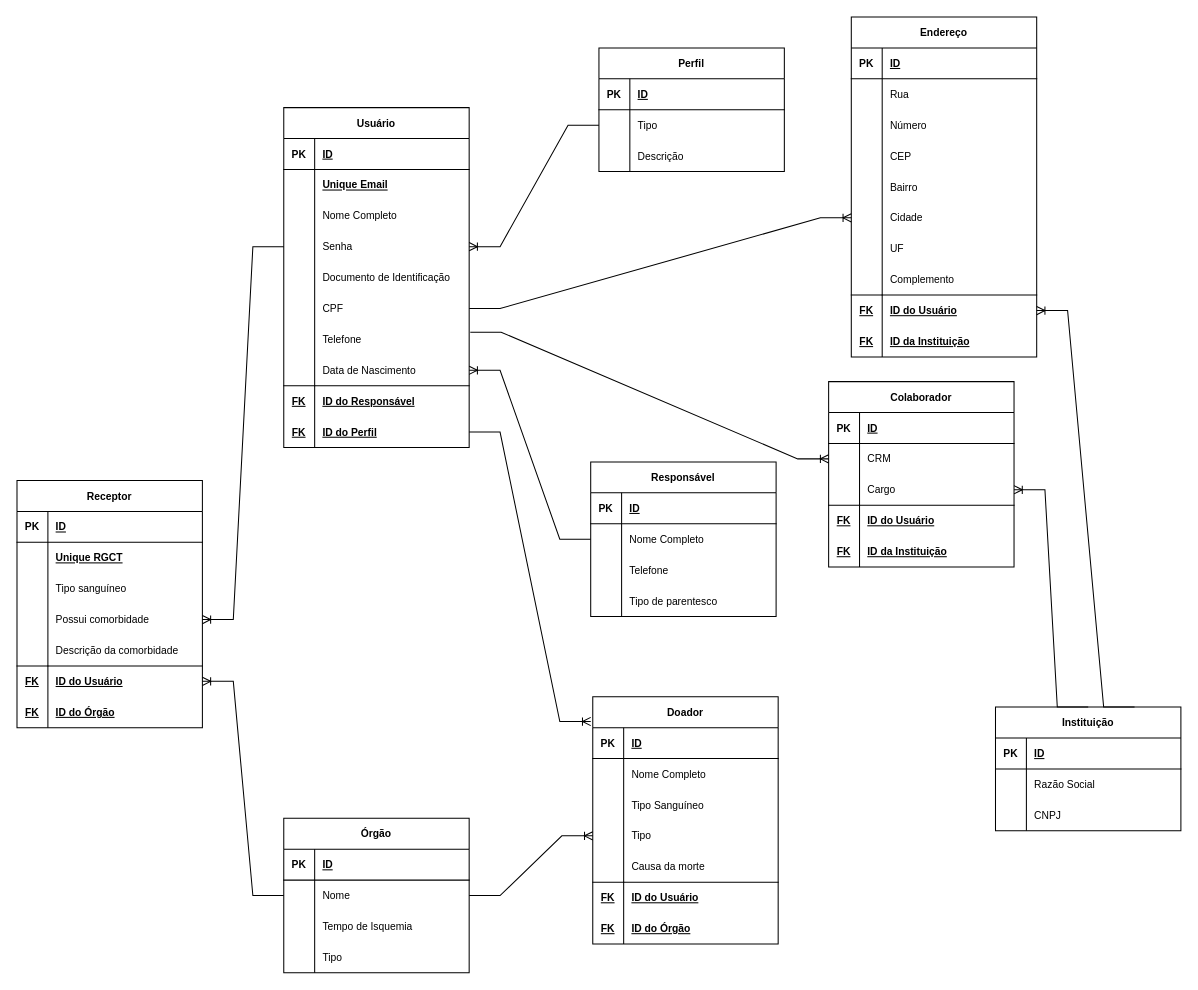
Earlier version of the draw.io diagram page "Modelo Lógico" (2 of 2) of DER/DER-SDTO.drawio (squadlovelace/sdto-data-model). Source tidied: cells renumbered, new cells numbered last; positions are measured from the earlier drawing's top-left corner, leaving out a move shared by most shapes. Both pictures are drawn from the tidied source at 103%, with x=0, y=0 at pixel (16, 16).
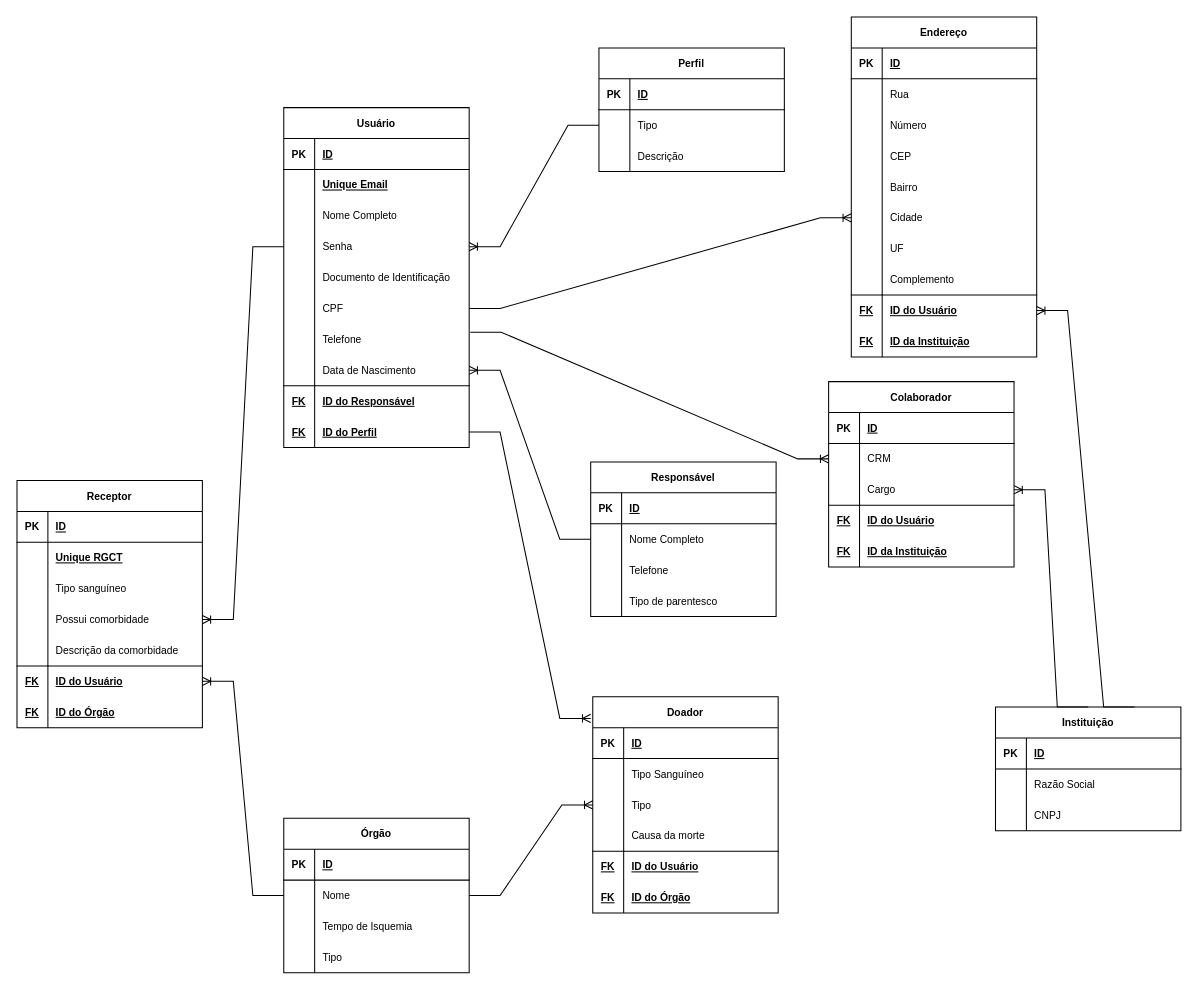
The same diagram, later.

What changed in the source:
```diff
@@
     <mxCell id="148" value="Doador" style="shape=table;startSize=30;childLayout=tableLayout;rowLines=0;fontStyle=1;align=center;fontSize=10;" parent="1" vertex="1">
-      <mxGeometry x="559" y="660" width="180" height="240" as="geometry" />
+      <mxGeometry x="559" y="660" width="180" height="210" as="geometry" />
     </mxCell>
@@
-    <mxCell id="152" style="shape=tableRow;horizontal=0;startSize=0;swimlaneHead=0;swimlaneBody=0;fillColor=none;top=0;left=0;right=0;bottom=0;fontSize=10;" parent="148" vertex="1">
-      <mxGeometry y="60" width="180" height="30" as="geometry" />
-    </mxCell>
-    <mxCell id="153" style="shape=partialRectangle;fillColor=none;top=0;left=0;bottom=0;right=0;overflow=hidden;fontSize=10;" parent="152" vertex="1">
-      <mxGeometry width="30" height="30" as="geometry" />
-    </mxCell>
-    <mxCell id="154" value="Nome Completo" style="shape=partialRectangle;fillColor=none;top=0;left=0;bottom=0;right=0;align=left;spacingLeft=6;overflow=hidden;fontSize=10;" parent="152" vertex="1">
-      <mxGeometry x="30" width="150" height="30" as="geometry" />
-    </mxCell>
     <mxCell id="155" style="shape=tableRow;horizontal=0;startSize=0;swimlaneHead=0;swimlaneBody=0;fillColor=none;top=0;left=0;right=0;bottom=0;fontSize=10;" parent="148" vertex="1">
-      <mxGeometry y="90" width="180" height="30" as="geometry" />
+      <mxGeometry y="60" width="180" height="30" as="geometry" />
     </mxCell>
@@
     <mxCell id="158" style="shape=tableRow;horizontal=0;startSize=0;swimlaneHead=0;swimlaneBody=0;fillColor=none;points=[[0,0.5],[1,0.5]];portConstraint=eastwest;top=0;left=0;right=0;bottom=0;fontSize=10;" parent="148" vertex="1">
-      <mxGeometry y="120" width="180" height="30" as="geometry" />
+      <mxGeometry y="90" width="180" height="30" as="geometry" />
     </mxCell>
@@
     <mxCell id="161" style="shape=tableRow;horizontal=0;startSize=0;swimlaneHead=0;swimlaneBody=0;fillColor=none;top=0;left=0;right=0;bottom=0;fontSize=10;" parent="148" vertex="1">
-      <mxGeometry y="150" width="180" height="30" as="geometry" />
+      <mxGeometry y="120" width="180" height="30" as="geometry" />
     </mxCell>
@@
     <mxCell id="164" style="shape=tableRow;horizontal=0;startSize=0;swimlaneHead=0;swimlaneBody=0;fillColor=none;top=0;left=0;right=0;bottom=0;fontSize=10;" parent="148" vertex="1">
-      <mxGeometry y="180" width="180" height="30" as="geometry" />
+      <mxGeometry y="150" width="180" height="30" as="geometry" />
     </mxCell>
@@
     <mxCell id="167" style="shape=tableRow;horizontal=0;startSize=0;swimlaneHead=0;swimlaneBody=0;fillColor=none;top=0;left=0;right=0;bottom=0;fontSize=10;" parent="148" vertex="1">
-      <mxGeometry y="210" width="180" height="30" as="geometry" />
+      <mxGeometry y="180" width="180" height="30" as="geometry" />
     </mxCell>
```
